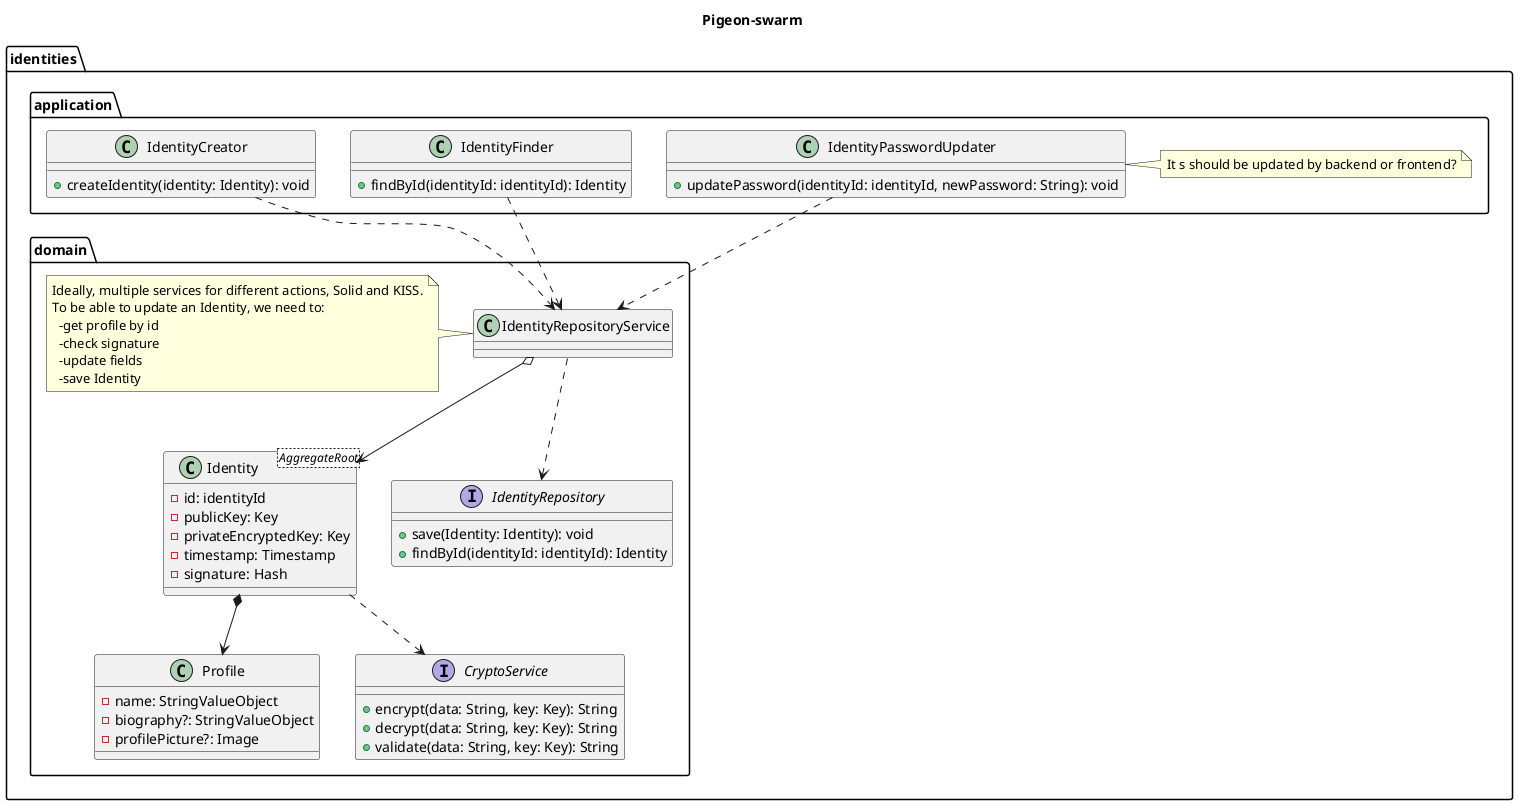
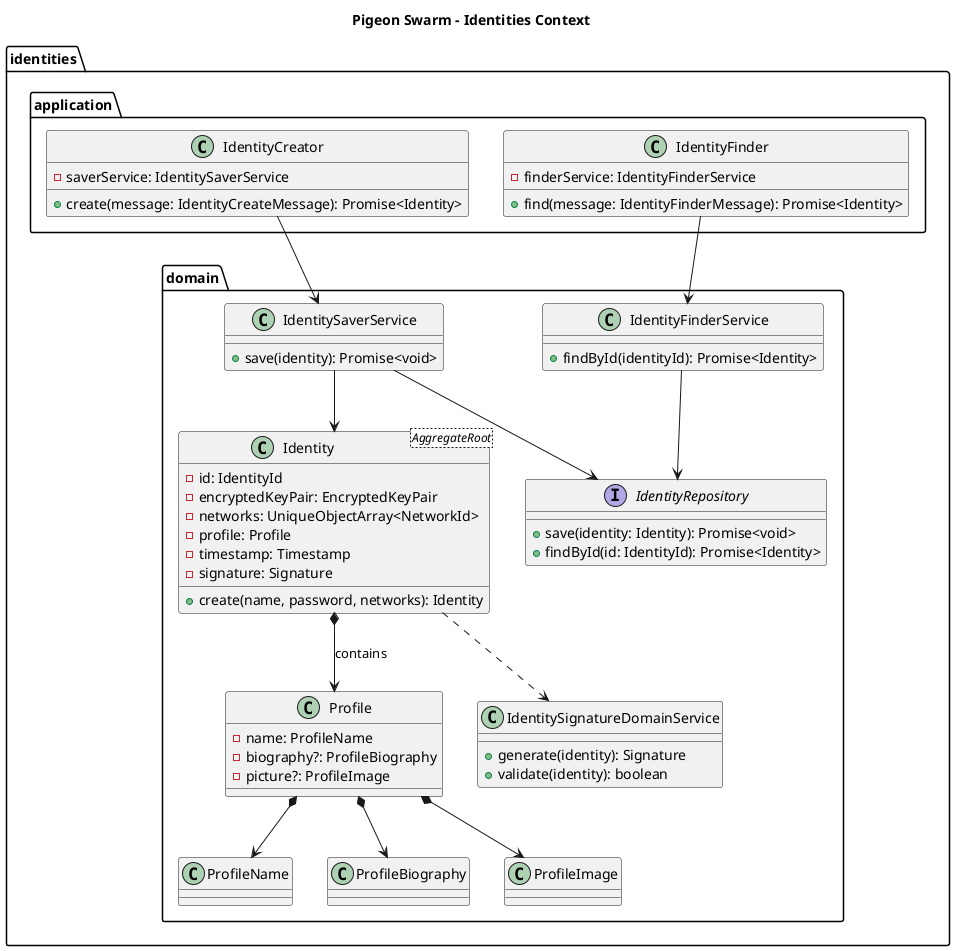
@startuml

- title Pigeon-swarm
+ title Pigeon Swarm - Identities Context

package "identities" {
  package "domain" {

    class Identity <AggregateRoot> {
-       -id: identityId
-       -publicKey: Key
-       -privateEncryptedKey: Key
+       -id: IdentityId
+       -encryptedKeyPair: EncryptedKeyPair
+       -networks: UniqueObjectArray<NetworkId>
+       -profile: Profile
      -timestamp: Timestamp
-       -signature: Hash
+       -signature: Signature
+       +create(name, password, networks): Identity
    }

-      class Profile {
-       -name: StringValueObject
-       -biography?: StringValueObject
-       -profilePicture?: Image
+     class Profile {
+       -name: ProfileName
+       -biography?: ProfileBiography
+       -picture?: ProfileImage
    }

-     class IdentityRepositoryService {}
- 
-     note left of IdentityRepositoryService
-       Ideally, multiple services for different actions, Solid and KISS.
-       To be able to update an Identity, we need to:
-         -get profile by id
-         -check signature
-         -update fields
-         -save Identity
-     end note
- 
-     interface IdentityRepository {
-       +save(Identity: Identity): void
-       +findById(identityId: identityId): Identity
-     }
-     interface CryptoService {
-       +encrypt(data: String, key: Key): String
-       +decrypt(data: String, key: Key): String
-       +validate(data: String, key: Key): String
+     class ProfileName {
    }

+     class ProfileBiography {
+     }

-     Identity ..> CryptoService
-     Identity *--> Profile
-     IdentityRepositoryService ..> IdentityRepository
-     IdentityRepositoryService o--> Identity
+     class ProfileImage {
+     }
+ 
+     ' Domain Services
+     class IdentitySignatureDomainService {
+       +generate(identity): Signature
+       +validate(identity): boolean
+     }
+ 
+     class IdentitySaverService {
+       +save(identity): Promise<void>
+     }
+ 
+     class IdentityFinderService {
+       +findById(identityId): Promise<Identity>
+     }
+ 
+     ' Repository
+     interface IdentityRepository {
+       +save(identity: Identity): Promise<void>
+       +findById(id: IdentityId): Promise<Identity>
+     }
+ 
+     ' Relationships in domain
+     Identity *--> Profile : contains
+     Profile *--> ProfileName
+     Profile *--> ProfileBiography
+     Profile *--> ProfileImage
+     Identity ..> IdentitySignatureDomainService
+     IdentitySaverService --> Identity
+     IdentitySaverService --> IdentityRepository
+     IdentityFinderService --> IdentityRepository

  }

  package "application" {
-     class IdentityFinder {
-       +findById(identityId: identityId): Identity
-     }
+     ' Use Cases
    class IdentityCreator {
-       +createIdentity(identity: Identity): void
-     }
-     class IdentityPasswordUpdater {
-       +updatePassword(identityId: identityId, newPassword: String): void
+       -saverService: IdentitySaverService
+       +create(message: IdentityCreateMessage): Promise<Identity>
    }

-     note right of IdentityPasswordUpdater
-       It s should be updated by backend or frontend?
-     end note
+     class IdentityFinder {
+       -finderService: IdentityFinderService
+       +find(message: IdentityFinderMessage): Promise<Identity>
+     }
  }

-     IdentityFinder ..> IdentityRepositoryService
-     IdentityCreator ..> IdentityRepositoryService
-     IdentityPasswordUpdater ..> IdentityRepositoryService
+   IdentityCreator --> IdentitySaverService
+   IdentityFinder --> IdentityFinderService
}


+ 
@enduml
